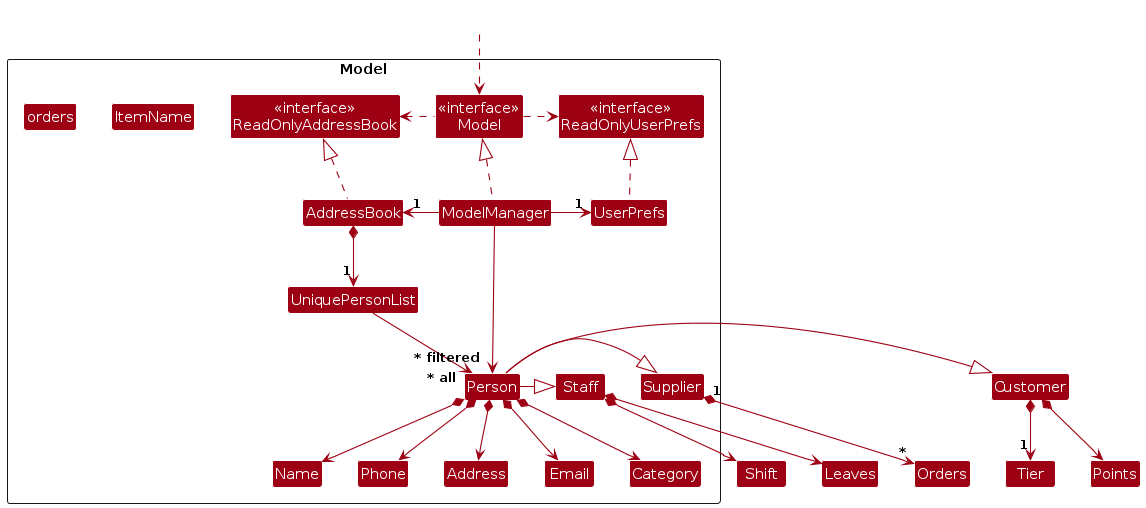
This is diagrams/ModelClassDiagram.png from AY2526S1-CS2103T-W12-2/tp, a PlantUML export, as it was before one commit. Its source is kept beside it as diagrams/ModelClassDiagram.puml.
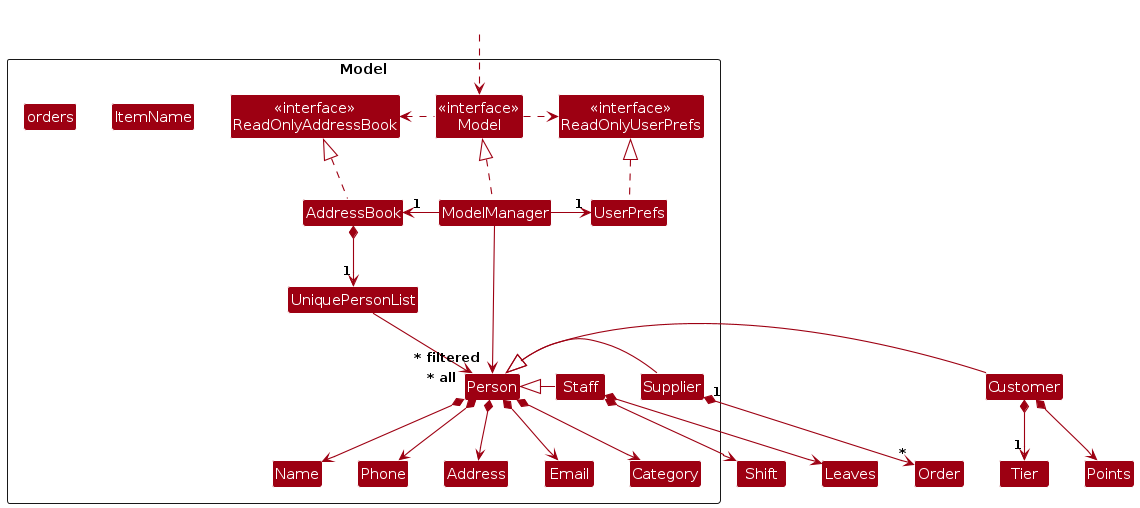
Later version of the same file.

Change to the diagram source:
```diff
@@ -53,18 +53,20 @@
 Person *--> Address
 Person *--> Category
 
-Person -|> Staff
+Person <|- Staff
 Staff *--> Shift
 Staff *--> Leaves
 Person -[hidden]up--> I
 UniquePersonList -[hidden]up-> I
 
-Person -|> Supplier
-Supplier "1" *--> "*"Orders
 
-Person -|> Customer
+Person <|- Supplier
+Supplier "1" *--> "*"Order
+
+Person <|- Customer
 Customer *--> "1" Tier
 Customer *--> Points
+
 
 Name -[hidden]right-> Phone
 Phone -[hidden]right-> Address
```
